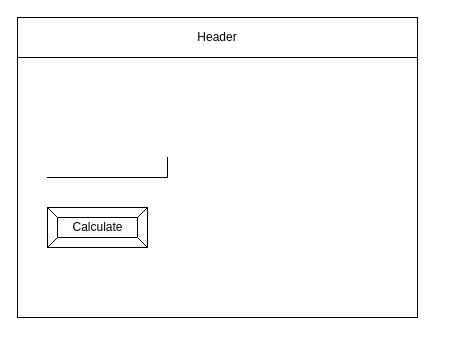
This is design/story-board.drawio from Alex-Nelson-1/ISC2O-UNIT5-04-JS-NESTED-IF-STATEMENTS, a draw.io file, before an edit. Source tidied: cells renumbered, new cells numbered last; positions are measured from the earlier drawing's top-left corner, leaving out a move shared by most shapes. Both pictures are drawn from the tidied source at 100%, with x=0, y=0 at pixel (17, 17).
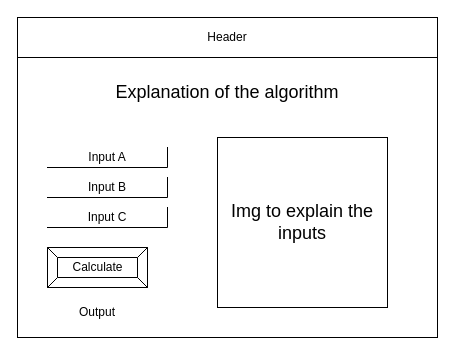
Above is the later version.

Commit message (it also covers changes not shown here):
Flow chart and Storyboard

Diff of the diagram source:
```diff
@@
 <mxGraphModel>
   <root>
     <mxCell id="0" />
     <mxCell id="1" parent="0" />
     <mxCell id="2" style="rounded=0;whiteSpace=wrap;html=1;" parent="1" vertex="1">
-      <mxGeometry width="400" height="300" as="geometry" />
+      <mxGeometry width="420" height="320" as="geometry" />
     </mxCell>
     <mxCell id="3" value="Header" style="rounded=0;whiteSpace=wrap;html=1;" parent="1" vertex="1">
-      <mxGeometry width="400" height="40" as="geometry" />
+      <mxGeometry width="420" height="40" as="geometry" />
     </mxCell>
-    <mxCell id="4" style="shape=partialRectangle;whiteSpace=wrap;html=1;top=0;left=0;fillColor=none;" parent="1" vertex="1">
-      <mxGeometry x="30" y="140" width="120" height="20" as="geometry" />
+    <mxCell id="4" value="Input C" style="shape=partialRectangle;whiteSpace=wrap;html=1;top=0;left=0;fillColor=none;" parent="1" vertex="1">
+      <mxGeometry x="30" y="190" width="120" height="20" as="geometry" />
     </mxCell>
     <mxCell id="5" value="Calculate" style="labelPosition=center;verticalLabelPosition=middle;align=center;html=1;shape=mxgraph.basic.button;dx=10;" parent="1" vertex="1">
-      <mxGeometry x="30" y="190" width="100" height="40" as="geometry" />
+      <mxGeometry x="30" y="230" width="100" height="40" as="geometry" />
     </mxCell>
+    <mxCell id="6" value="Input B" style="shape=partialRectangle;whiteSpace=wrap;html=1;top=0;left=0;fillColor=none;" parent="1" vertex="1">
+      <mxGeometry x="30" y="160" width="120" height="20" as="geometry" />
+    </mxCell>
+    <mxCell id="7" value="Input A" style="shape=partialRectangle;whiteSpace=wrap;html=1;top=0;left=0;fillColor=none;" parent="1" vertex="1">
+      <mxGeometry x="30" y="130" width="120" height="20" as="geometry" />
+    </mxCell>
+    <mxCell id="8" value="Output" style="text;html=1;strokeColor=none;fillColor=none;align=center;verticalAlign=middle;whiteSpace=wrap;rounded=0;" parent="1" vertex="1">
+      <mxGeometry x="30" y="280" width="100" height="30" as="geometry" />
+    </mxCell>
+    <mxCell id="9" value="&lt;font style=&quot;font-size: 18px&quot;&gt;Explanation of the algorithm&lt;/font&gt;" style="text;html=1;strokeColor=none;fillColor=none;align=center;verticalAlign=middle;whiteSpace=wrap;rounded=0;" parent="1" vertex="1">
+      <mxGeometry y="40" width="420" height="70" as="geometry" />
+    </mxCell>
+    <mxCell id="10" value="Img to explain the inputs" style="whiteSpace=wrap;html=1;fontSize=18;" parent="1" vertex="1">
+      <mxGeometry x="200" y="120" width="170" height="170" as="geometry" />
+    </mxCell>
   </root>
 </mxGraphModel>
```
